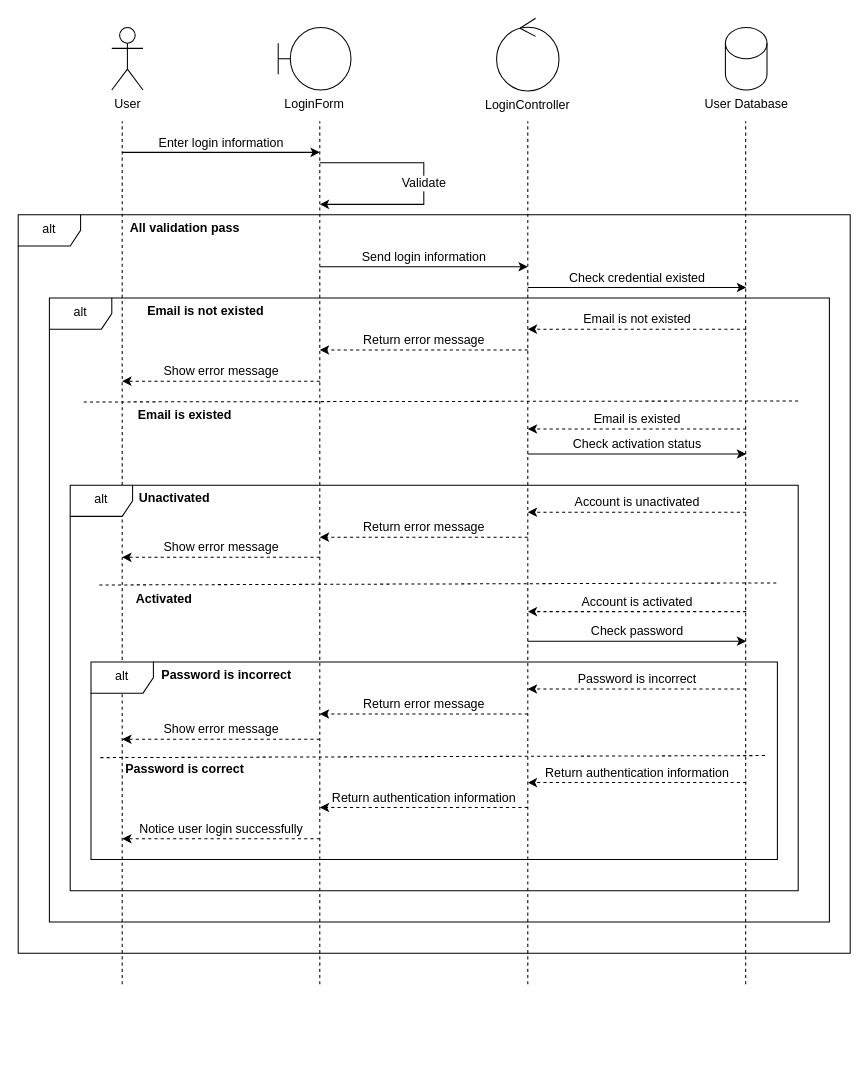
Above: Login.drawio in dncmaduro/gspacez-uml (draw.io), before the change. Source tidied: cells renumbered, new cells numbered last; positions are measured from the earlier drawing's top-left corner, leaving out a move shared by most shapes. Both pictures are drawn from the tidied source at 104%, with x=0, y=0 at pixel (18, 18).
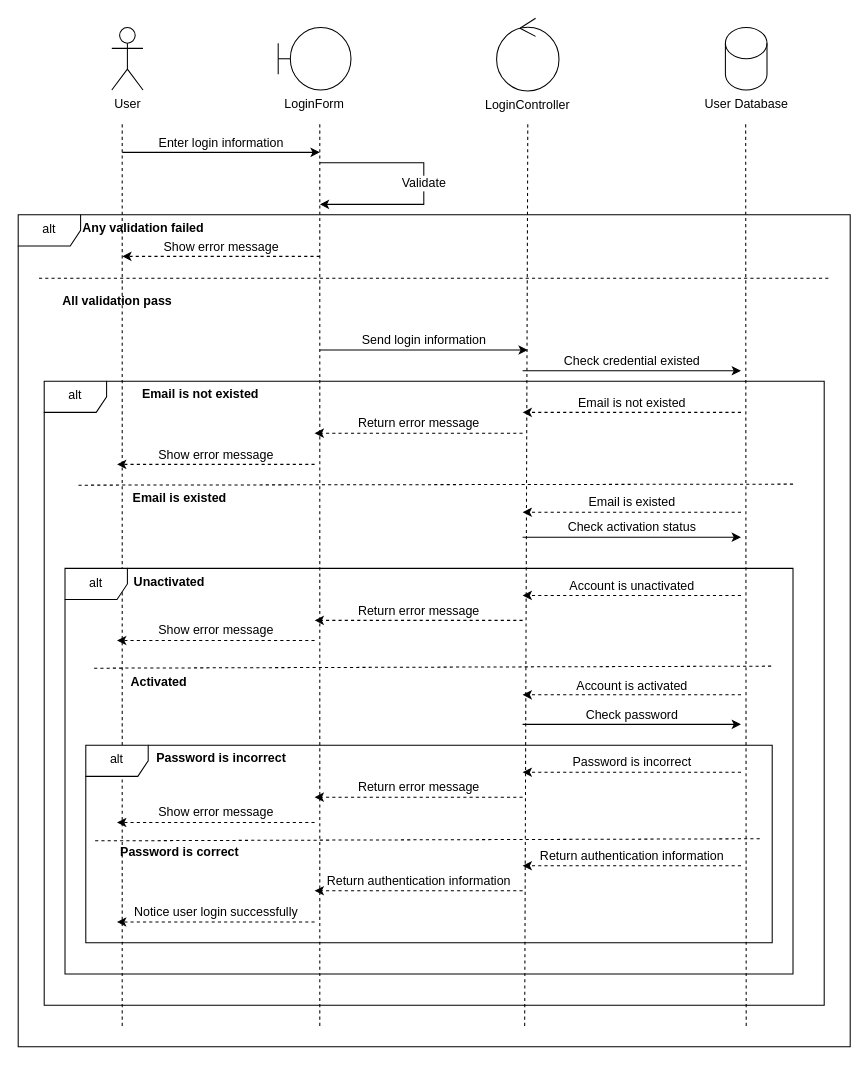
After the change.

Diff of the diagram source:
```diff
@@
     <mxCell id="6" style="endArrow=none;dashed=1;html=1;rounded=0;" parent="1" edge="1">
       <mxGeometry relative="1" as="geometry">
-        <mxPoint x="100" y="929" as="sourcePoint" />
+        <mxPoint x="100" y="969" as="sourcePoint" />
         <mxPoint x="100" y="99" as="targetPoint" />
       </mxGeometry>
     </mxCell>
     <mxCell id="7" style="endArrow=none;dashed=1;html=1;rounded=0;" parent="1" edge="1">
       <mxGeometry relative="1" as="geometry">
-        <mxPoint x="290" y="929" as="sourcePoint" />
+        <mxPoint x="290" y="969" as="sourcePoint" />
         <mxPoint x="290" y="99" as="targetPoint" />
       </mxGeometry>
     </mxCell>
     <mxCell id="8" style="endArrow=none;dashed=1;html=1;rounded=0;" parent="1" edge="1">
       <mxGeometry relative="1" as="geometry">
-        <mxPoint x="490" y="929" as="sourcePoint" />
+        <mxPoint x="487" y="969" as="sourcePoint" />
         <mxPoint x="490" y="99" as="targetPoint" />
       </mxGeometry>
     </mxCell>
     <mxCell id="9" style="endArrow=none;dashed=1;html=1;rounded=0;" parent="1" edge="1">
       <mxGeometry relative="1" as="geometry">
-        <mxPoint x="699.5" y="929" as="sourcePoint" />
+        <mxPoint x="700" y="969" as="sourcePoint" />
         <mxPoint x="699.5" y="99" as="targetPoint" />
       </mxGeometry>
     </mxCell>
@@
     <mxCell id="12" value="alt" style="shape=umlFrame;whiteSpace=wrap;html=1;strokeColor=default;align=center;verticalAlign=top;fontFamily=Helvetica;fontSize=12;fontColor=default;fillColor=default;" parent="1" vertex="1">
-      <mxGeometry y="189" width="800" height="710" as="geometry" />
+      <mxGeometry y="189" width="800" height="800" as="geometry" />
     </mxCell>
+    <mxCell id="44" value="Any validation failed" style="text;align=center;fontStyle=1;verticalAlign=middle;spacingLeft=3;spacingRight=3;strokeColor=none;html=1;" parent="1" vertex="1">
+      <mxGeometry x="80" y="189" width="80" height="26" as="geometry" />
+    </mxCell>
     <mxCell id="13" value="All validation pass" style="text;align=center;fontStyle=1;verticalAlign=middle;spacingLeft=3;spacingRight=3;strokeColor=none;html=1;fontFamily=Helvetica;fontSize=12;fontColor=default;" parent="1" vertex="1">
-      <mxGeometry x="120" y="189" width="80" height="26" as="geometry" />
+      <mxGeometry x="55" y="259" width="80" height="26" as="geometry" />
     </mxCell>
     <mxCell id="14" value="Send login information" style="endArrow=classic;html=1;rounded=0;labelPosition=center;verticalLabelPosition=top;align=center;verticalAlign=bottom;fontFamily=Helvetica;fontSize=12;fontColor=default;" parent="1" edge="1">
       <mxGeometry relative="1" as="geometry">
-        <mxPoint x="290" y="239" as="sourcePoint" />
-        <mxPoint x="490" y="239" as="targetPoint" />
+        <mxPoint x="290" y="319" as="sourcePoint" />
+        <mxPoint x="490" y="319" as="targetPoint" />
       </mxGeometry>
     </mxCell>
     <mxCell id="15" value="Check credential existed" style="endArrow=classic;html=1;rounded=0;labelPosition=center;verticalLabelPosition=top;align=center;verticalAlign=bottom;fontFamily=Helvetica;fontSize=12;fontColor=default;" parent="1" edge="1">
       <mxGeometry relative="1" as="geometry">
-        <mxPoint x="490" y="259" as="sourcePoint" />
-        <mxPoint x="700" y="259" as="targetPoint" />
+        <mxPoint x="485" y="339" as="sourcePoint" />
+        <mxPoint x="695" y="339" as="targetPoint" />
       </mxGeometry>
     </mxCell>
-    <mxCell id="16" value="alt" style="shape=umlFrame;whiteSpace=wrap;html=1;strokeColor=default;align=center;verticalAlign=top;fontFamily=Helvetica;fontSize=12;fontColor=default;fillColor=default;" parent="1" vertex="1">
-      <mxGeometry x="30" y="269" width="750" height="600" as="geometry" />
-    </mxCell>
+    <mxCell id="45" value="alt" style="shape=umlFrame;whiteSpace=wrap;html=1;strokeColor=default;align=center;verticalAlign=top;fontFamily=Helvetica;fontSize=12;fontColor=default;fillColor=default;" parent="1" vertex="1">
+      <mxGeometry x="25" y="349" width="750" height="600" as="geometry" />
+    </mxCell>
     <mxCell id="17" value="Email is not existed" style="text;align=center;fontStyle=1;verticalAlign=middle;spacingLeft=3;spacingRight=3;strokeColor=none;html=1;fontFamily=Helvetica;fontSize=12;fontColor=default;" parent="1" vertex="1">
-      <mxGeometry x="140" y="269" width="80" height="26" as="geometry" />
+      <mxGeometry x="135" y="349" width="80" height="26" as="geometry" />
     </mxCell>
     <mxCell id="18" value="Email is not existed" style="endArrow=classic;html=1;rounded=0;dashed=1;labelPosition=center;verticalLabelPosition=top;align=center;verticalAlign=bottom;fontFamily=Helvetica;fontSize=12;fontColor=default;" parent="1" edge="1">
       <mxGeometry relative="1" as="geometry">
-        <mxPoint x="700" y="299" as="sourcePoint" />
-        <mxPoint x="490" y="299" as="targetPoint" />
+        <mxPoint x="695" y="379" as="sourcePoint" />
+        <mxPoint x="485" y="379" as="targetPoint" />
       </mxGeometry>
     </mxCell>
-    <mxCell id="19" value="Return error message" style="endArrow=classic;html=1;rounded=0;dashed=1;labelPosition=center;verticalLabelPosition=top;align=center;verticalAlign=bottom;fontFamily=Helvetica;fontSize=12;fontColor=default;" parent="1" edge="1">
-      <mxGeometry relative="1" as="geometry">
-        <mxPoint x="490" y="319" as="sourcePoint" />
-        <mxPoint x="290" y="319" as="targetPoint" />
-      </mxGeometry>
-    </mxCell>
-    <mxCell id="20" value="Show error message" style="endArrow=classic;html=1;rounded=0;dashed=1;labelPosition=center;verticalLabelPosition=top;align=center;verticalAlign=bottom;fontFamily=Helvetica;fontSize=12;fontColor=default;" parent="1" edge="1">
-      <mxGeometry relative="1" as="geometry">
-        <mxPoint x="290" y="349" as="sourcePoint" />
-        <mxPoint x="100" y="349" as="targetPoint" />
-      </mxGeometry>
-    </mxCell>
-    <mxCell id="21" style="endArrow=none;dashed=1;html=1;rounded=0;fontFamily=Helvetica;fontSize=12;fontColor=default;exitX=0.001;exitY=0.224;exitDx=0;exitDy=0;exitPerimeter=0;" parent="1" edge="1">
-      <mxGeometry relative="1" as="geometry">
-        <mxPoint x="63" y="369" as="sourcePoint" />
-        <mxPoint x="750" y="368" as="targetPoint" />
-      </mxGeometry>
-    </mxCell>
+    <mxCell id="46" value="Return error message" style="endArrow=classic;html=1;rounded=0;dashed=1;labelPosition=center;verticalLabelPosition=top;align=center;verticalAlign=bottom;fontFamily=Helvetica;fontSize=12;fontColor=default;" parent="1" edge="1">
+      <mxGeometry relative="1" as="geometry">
+        <mxPoint x="485" y="399" as="sourcePoint" />
+        <mxPoint x="285" y="399" as="targetPoint" />
+      </mxGeometry>
+    </mxCell>
+    <mxCell id="47" value="Show error message" style="endArrow=classic;html=1;rounded=0;dashed=1;labelPosition=center;verticalLabelPosition=top;align=center;verticalAlign=bottom;fontFamily=Helvetica;fontSize=12;fontColor=default;" parent="1" edge="1">
+      <mxGeometry relative="1" as="geometry">
+        <mxPoint x="285" y="429" as="sourcePoint" />
+        <mxPoint x="95" y="429" as="targetPoint" />
+      </mxGeometry>
+    </mxCell>
+    <mxCell id="48" style="endArrow=none;dashed=1;html=1;rounded=0;fontFamily=Helvetica;fontSize=12;fontColor=default;exitX=0.001;exitY=0.224;exitDx=0;exitDy=0;exitPerimeter=0;" parent="1" edge="1">
+      <mxGeometry relative="1" as="geometry">
+        <mxPoint x="58" y="449" as="sourcePoint" />
+        <mxPoint x="745" y="448" as="targetPoint" />
+      </mxGeometry>
+    </mxCell>
     <mxCell id="22" value="Email is existed" style="text;align=center;fontStyle=1;verticalAlign=middle;spacingLeft=3;spacingRight=3;strokeColor=none;html=1;fontFamily=Helvetica;fontSize=12;fontColor=default;" parent="1" vertex="1">
-      <mxGeometry x="120" y="369" width="80" height="26" as="geometry" />
+      <mxGeometry x="115" y="449" width="80" height="26" as="geometry" />
     </mxCell>
     <mxCell id="23" value="Email is existed" style="endArrow=classic;html=1;rounded=0;dashed=1;labelPosition=center;verticalLabelPosition=top;align=center;verticalAlign=bottom;fontFamily=Helvetica;fontSize=12;fontColor=default;" parent="1" edge="1">
       <mxGeometry relative="1" as="geometry">
-        <mxPoint x="700" y="395" as="sourcePoint" />
-        <mxPoint x="490" y="395" as="targetPoint" />
+        <mxPoint x="695" y="475" as="sourcePoint" />
+        <mxPoint x="485" y="475" as="targetPoint" />
       </mxGeometry>
     </mxCell>
     <mxCell id="24" value="Check activation status" style="endArrow=classic;html=1;rounded=0;labelPosition=center;verticalLabelPosition=top;align=center;verticalAlign=bottom;fontFamily=Helvetica;fontSize=12;fontColor=default;" parent="1" edge="1">
       <mxGeometry relative="1" as="geometry">
-        <mxPoint x="490" y="419" as="sourcePoint" />
-        <mxPoint x="700" y="419" as="targetPoint" />
+        <mxPoint x="485" y="499" as="sourcePoint" />
+        <mxPoint x="695" y="499" as="targetPoint" />
       </mxGeometry>
     </mxCell>
-    <mxCell id="25" style="endArrow=none;dashed=1;html=1;rounded=0;fontFamily=Helvetica;fontSize=12;fontColor=default;exitX=0.001;exitY=0.224;exitDx=0;exitDy=0;exitPerimeter=0;" parent="1" edge="1">
-      <mxGeometry relative="1" as="geometry">
-        <mxPoint x="78" y="545" as="sourcePoint" />
-        <mxPoint x="730" y="543" as="targetPoint" />
-      </mxGeometry>
-    </mxCell>
-    <mxCell id="26" value="alt" style="shape=umlFrame;whiteSpace=wrap;html=1;strokeColor=default;align=center;verticalAlign=top;fontFamily=Helvetica;fontSize=12;fontColor=default;fillColor=default;" parent="1" vertex="1">
-      <mxGeometry x="50" y="449" width="700" height="390" as="geometry" />
-    </mxCell>
+    <mxCell id="49" style="endArrow=none;dashed=1;html=1;rounded=0;fontFamily=Helvetica;fontSize=12;fontColor=default;exitX=0.001;exitY=0.224;exitDx=0;exitDy=0;exitPerimeter=0;" parent="1" edge="1">
+      <mxGeometry relative="1" as="geometry">
+        <mxPoint x="73" y="625" as="sourcePoint" />
+        <mxPoint x="725" y="623" as="targetPoint" />
+      </mxGeometry>
+    </mxCell>
+    <mxCell id="50" value="alt" style="shape=umlFrame;whiteSpace=wrap;html=1;strokeColor=default;align=center;verticalAlign=top;fontFamily=Helvetica;fontSize=12;fontColor=default;fillColor=default;" parent="1" vertex="1">
+      <mxGeometry x="45" y="529" width="700" height="390" as="geometry" />
+    </mxCell>
     <mxCell id="27" value="Unactivated" style="text;align=center;fontStyle=1;verticalAlign=middle;spacingLeft=3;spacingRight=3;strokeColor=none;html=1;fontFamily=Helvetica;fontSize=12;fontColor=default;" parent="1" vertex="1">
-      <mxGeometry x="110" y="449" width="80" height="26" as="geometry" />
+      <mxGeometry x="105" y="529" width="80" height="26" as="geometry" />
     </mxCell>
     <mxCell id="28" value="Account is unactivated" style="endArrow=classic;html=1;rounded=0;dashed=1;labelPosition=center;verticalLabelPosition=top;align=center;verticalAlign=bottom;fontFamily=Helvetica;fontSize=12;fontColor=default;" parent="1" edge="1">
       <mxGeometry relative="1" as="geometry">
-        <mxPoint x="700" y="475" as="sourcePoint" />
-        <mxPoint x="490" y="475" as="targetPoint" />
+        <mxPoint x="695" y="555" as="sourcePoint" />
+        <mxPoint x="485" y="555" as="targetPoint" />
       </mxGeometry>
     </mxCell>
-    <mxCell id="29" value="Return error message" style="endArrow=classic;html=1;rounded=0;dashed=1;labelPosition=center;verticalLabelPosition=top;align=center;verticalAlign=bottom;fontFamily=Helvetica;fontSize=12;fontColor=default;" parent="1" edge="1">
-      <mxGeometry relative="1" as="geometry">
-        <mxPoint x="490" y="499" as="sourcePoint" />
-        <mxPoint x="290" y="499" as="targetPoint" />
-      </mxGeometry>
-    </mxCell>
-    <mxCell id="30" value="Show error message" style="endArrow=classic;html=1;rounded=0;dashed=1;labelPosition=center;verticalLabelPosition=top;align=center;verticalAlign=bottom;fontFamily=Helvetica;fontSize=12;fontColor=default;" parent="1" edge="1">
-      <mxGeometry relative="1" as="geometry">
-        <mxPoint x="290" y="518.4" as="sourcePoint" />
-        <mxPoint x="100" y="518.4" as="targetPoint" />
-      </mxGeometry>
-    </mxCell>
+    <mxCell id="51" value="Return error message" style="endArrow=classic;html=1;rounded=0;dashed=1;labelPosition=center;verticalLabelPosition=top;align=center;verticalAlign=bottom;fontFamily=Helvetica;fontSize=12;fontColor=default;" parent="1" edge="1">
+      <mxGeometry relative="1" as="geometry">
+        <mxPoint x="485" y="579" as="sourcePoint" />
+        <mxPoint x="285" y="579" as="targetPoint" />
+      </mxGeometry>
+    </mxCell>
+    <mxCell id="52" value="Show error message" style="endArrow=classic;html=1;rounded=0;dashed=1;labelPosition=center;verticalLabelPosition=top;align=center;verticalAlign=bottom;fontFamily=Helvetica;fontSize=12;fontColor=default;" parent="1" edge="1">
+      <mxGeometry relative="1" as="geometry">
+        <mxPoint x="285" y="598.4" as="sourcePoint" />
+        <mxPoint x="95" y="598.4" as="targetPoint" />
+      </mxGeometry>
+    </mxCell>
     <mxCell id="31" value="Activated" style="text;align=center;fontStyle=1;verticalAlign=middle;spacingLeft=3;spacingRight=3;strokeColor=none;html=1;fontFamily=Helvetica;fontSize=12;fontColor=default;" parent="1" vertex="1">
-      <mxGeometry x="100" y="546" width="80" height="26" as="geometry" />
+      <mxGeometry x="95" y="626" width="80" height="26" as="geometry" />
     </mxCell>
-    <mxCell id="32" value="alt" style="shape=umlFrame;whiteSpace=wrap;html=1;strokeColor=default;align=center;verticalAlign=top;fontFamily=Helvetica;fontSize=12;fontColor=default;fillColor=default;" parent="1" vertex="1">
-      <mxGeometry x="70" y="619" width="660" height="190" as="geometry" />
-    </mxCell>
+    <mxCell id="53" value="alt" style="shape=umlFrame;whiteSpace=wrap;html=1;strokeColor=default;align=center;verticalAlign=top;fontFamily=Helvetica;fontSize=12;fontColor=default;fillColor=default;" parent="1" vertex="1">
+      <mxGeometry x="65" y="699" width="660" height="190" as="geometry" />
+    </mxCell>
     <mxCell id="33" value="Account is activated" style="endArrow=classic;html=1;rounded=0;dashed=1;labelPosition=center;verticalLabelPosition=top;align=center;verticalAlign=bottom;fontFamily=Helvetica;fontSize=12;fontColor=default;" parent="1" edge="1">
       <mxGeometry relative="1" as="geometry">
-        <mxPoint x="700" y="570.6" as="sourcePoint" />
-        <mxPoint x="490" y="570.6" as="targetPoint" />
+        <mxPoint x="695" y="650.6" as="sourcePoint" />
+        <mxPoint x="485" y="650.6" as="targetPoint" />
       </mxGeometry>
     </mxCell>
     <mxCell id="34" value="Check password" style="endArrow=classic;html=1;rounded=0;labelPosition=center;verticalLabelPosition=top;align=center;verticalAlign=bottom;fontFamily=Helvetica;fontSize=12;fontColor=default;" parent="1" edge="1">
       <mxGeometry relative="1" as="geometry">
-        <mxPoint x="490" y="599" as="sourcePoint" />
-        <mxPoint x="700" y="599" as="targetPoint" />
+        <mxPoint x="485" y="679" as="sourcePoint" />
+        <mxPoint x="695" y="679" as="targetPoint" />
       </mxGeometry>
     </mxCell>
     <mxCell id="35" value="Password is incorrect" style="text;align=center;fontStyle=1;verticalAlign=middle;spacingLeft=3;spacingRight=3;strokeColor=none;html=1;fontFamily=Helvetica;fontSize=12;fontColor=default;" parent="1" vertex="1">
-      <mxGeometry x="160" y="619" width="80" height="26" as="geometry" />
+      <mxGeometry x="155" y="699" width="80" height="26" as="geometry" />
     </mxCell>
     <mxCell id="36" value="Password is incorrect" style="endArrow=classic;html=1;rounded=0;dashed=1;labelPosition=center;verticalLabelPosition=top;align=center;verticalAlign=bottom;fontFamily=Helvetica;fontSize=12;fontColor=default;" parent="1" edge="1">
       <mxGeometry relative="1" as="geometry">
-        <mxPoint x="700" y="645" as="sourcePoint" />
-        <mxPoint x="490" y="645" as="targetPoint" />
+        <mxPoint x="695" y="725" as="sourcePoint" />
+        <mxPoint x="485" y="725" as="targetPoint" />
       </mxGeometry>
     </mxCell>
-    <mxCell id="37" value="Return error message" style="endArrow=classic;html=1;rounded=0;dashed=1;labelPosition=center;verticalLabelPosition=top;align=center;verticalAlign=bottom;fontFamily=Helvetica;fontSize=12;fontColor=default;" parent="1" edge="1">
-      <mxGeometry relative="1" as="geometry">
-        <mxPoint x="490" y="669" as="sourcePoint" />
-        <mxPoint x="290" y="669" as="targetPoint" />
-      </mxGeometry>
-    </mxCell>
-    <mxCell id="38" value="Show error message" style="endArrow=classic;html=1;rounded=0;dashed=1;labelPosition=center;verticalLabelPosition=top;align=center;verticalAlign=bottom;fontFamily=Helvetica;fontSize=12;fontColor=default;" parent="1" edge="1">
-      <mxGeometry relative="1" as="geometry">
-        <mxPoint x="290" y="693.3" as="sourcePoint" />
-        <mxPoint x="100" y="693.3" as="targetPoint" />
-      </mxGeometry>
-    </mxCell>
-    <mxCell id="39" style="endArrow=none;dashed=1;html=1;rounded=0;fontFamily=Helvetica;fontSize=12;fontColor=default;exitX=0.001;exitY=0.224;exitDx=0;exitDy=0;exitPerimeter=0;" parent="1" edge="1">
-      <mxGeometry relative="1" as="geometry">
-        <mxPoint x="79" y="711" as="sourcePoint" />
-        <mxPoint x="720" y="709" as="targetPoint" />
-      </mxGeometry>
-    </mxCell>
+    <mxCell id="54" value="Return error message" style="endArrow=classic;html=1;rounded=0;dashed=1;labelPosition=center;verticalLabelPosition=top;align=center;verticalAlign=bottom;fontFamily=Helvetica;fontSize=12;fontColor=default;" parent="1" edge="1">
+      <mxGeometry relative="1" as="geometry">
+        <mxPoint x="485" y="749" as="sourcePoint" />
+        <mxPoint x="285" y="749" as="targetPoint" />
+      </mxGeometry>
+    </mxCell>
+    <mxCell id="55" value="Show error message" style="endArrow=classic;html=1;rounded=0;dashed=1;labelPosition=center;verticalLabelPosition=top;align=center;verticalAlign=bottom;fontFamily=Helvetica;fontSize=12;fontColor=default;" parent="1" edge="1">
+      <mxGeometry relative="1" as="geometry">
+        <mxPoint x="285" y="773.3" as="sourcePoint" />
+        <mxPoint x="95" y="773.3" as="targetPoint" />
+      </mxGeometry>
+    </mxCell>
+    <mxCell id="56" style="endArrow=none;dashed=1;html=1;rounded=0;fontFamily=Helvetica;fontSize=12;fontColor=default;exitX=0.001;exitY=0.224;exitDx=0;exitDy=0;exitPerimeter=0;" parent="1" edge="1">
+      <mxGeometry relative="1" as="geometry">
+        <mxPoint x="74" y="791" as="sourcePoint" />
+        <mxPoint x="715" y="789" as="targetPoint" />
+      </mxGeometry>
+    </mxCell>
     <mxCell id="40" value="Password is correct" style="text;align=center;fontStyle=1;verticalAlign=middle;spacingLeft=3;spacingRight=3;strokeColor=none;html=1;fontFamily=Helvetica;fontSize=12;fontColor=default;" parent="1" vertex="1">
-      <mxGeometry x="120" y="709" width="80" height="26" as="geometry" />
+      <mxGeometry x="115" y="789" width="80" height="26" as="geometry" />
     </mxCell>
-    <mxCell id="41" value="Return authentication information" style="endArrow=classic;html=1;rounded=0;dashed=1;labelPosition=center;verticalLabelPosition=top;align=center;verticalAlign=bottom;fontFamily=Helvetica;fontSize=12;fontColor=default;" parent="1" edge="1">
-      <mxGeometry relative="1" as="geometry">
-        <mxPoint x="700" y="735" as="sourcePoint" />
-        <mxPoint x="490" y="735" as="targetPoint" />
-      </mxGeometry>
-    </mxCell>
-    <mxCell id="42" value="Return authentication information" style="endArrow=classic;html=1;rounded=0;dashed=1;labelPosition=center;verticalLabelPosition=top;align=center;verticalAlign=bottom;fontFamily=Helvetica;fontSize=12;fontColor=default;" parent="1" edge="1">
-      <mxGeometry relative="1" as="geometry">
-        <mxPoint x="490" y="759" as="sourcePoint" />
-        <mxPoint x="290" y="759" as="targetPoint" />
-      </mxGeometry>
-    </mxCell>
+    <mxCell id="57" value="Return authentication information" style="endArrow=classic;html=1;rounded=0;dashed=1;labelPosition=center;verticalLabelPosition=top;align=center;verticalAlign=bottom;fontFamily=Helvetica;fontSize=12;fontColor=default;" parent="1" edge="1">
+      <mxGeometry relative="1" as="geometry">
+        <mxPoint x="695" y="815" as="sourcePoint" />
+        <mxPoint x="485" y="815" as="targetPoint" />
+      </mxGeometry>
+    </mxCell>
+    <mxCell id="58" value="Return authentication information" style="endArrow=classic;html=1;rounded=0;dashed=1;labelPosition=center;verticalLabelPosition=top;align=center;verticalAlign=bottom;fontFamily=Helvetica;fontSize=12;fontColor=default;" parent="1" edge="1">
+      <mxGeometry relative="1" as="geometry">
+        <mxPoint x="485" y="839" as="sourcePoint" />
+        <mxPoint x="285" y="839" as="targetPoint" />
+      </mxGeometry>
+    </mxCell>
     <mxCell id="43" value="Notice user login successfully" style="endArrow=classic;html=1;rounded=0;dashed=1;labelPosition=center;verticalLabelPosition=top;align=center;verticalAlign=bottom;fontFamily=Helvetica;fontSize=12;fontColor=default;" parent="1" edge="1">
       <mxGeometry relative="1" as="geometry">
-        <mxPoint x="290" y="789" as="sourcePoint" />
-        <mxPoint x="100" y="789" as="targetPoint" />
+        <mxPoint x="285" y="869" as="sourcePoint" />
+        <mxPoint x="95" y="869" as="targetPoint" />
       </mxGeometry>
     </mxCell>
+    <mxCell id="59" style="endArrow=none;dashed=1;html=1;rounded=0;fontFamily=Helvetica;fontSize=12;fontColor=default;exitX=0.001;exitY=0.224;exitDx=0;exitDy=0;exitPerimeter=0;" parent="1" edge="1">
+      <mxGeometry relative="1" as="geometry">
+        <mxPoint x="20" y="250" as="sourcePoint" />
+        <mxPoint x="780" y="250" as="targetPoint" />
+      </mxGeometry>
+    </mxCell>
+    <mxCell id="60" value="Show error message" style="endArrow=classic;html=1;rounded=0;dashed=1;labelPosition=center;verticalLabelPosition=top;align=center;verticalAlign=bottom;fontFamily=Helvetica;fontSize=12;fontColor=default;" parent="1" edge="1">
+      <mxGeometry relative="1" as="geometry">
+        <mxPoint x="290" y="229" as="sourcePoint" />
+        <mxPoint x="100" y="229" as="targetPoint" />
+      </mxGeometry>
+    </mxCell>
```
